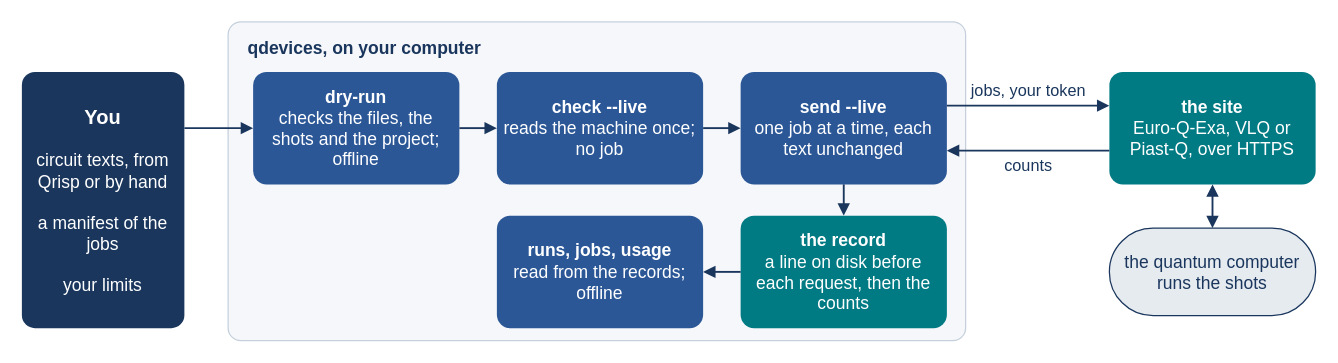
Before: content/figs/app-flow.drawio in ENCCS/eurohpc-qdevices, a draw.io diagram. Source tidied: cells renumbered, new cells numbered last; positions are measured from the earlier drawing's top-left corner, leaving out a move shared by most shapes. Both pictures are drawn from the tidied source at 125%, with x=0, y=0 at pixel (21, 21).
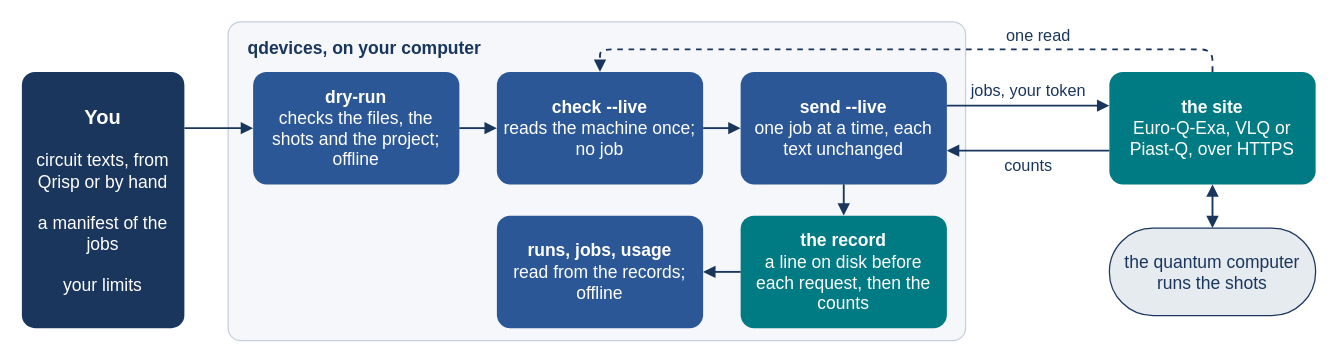
Above is the later version.

Unchanged cells that the change refers to:
```xml
<mxCell id="5" value="&lt;b&gt;check --live&lt;/b&gt;&lt;br&gt;reads the machine once; no job" style="rounded=1;arcSize=12;whiteSpace=wrap;html=1;fillColor=#2b5797;strokeColor=none;fontColor=#ffffff;fontSize=14;fontFamily=Helvetica;spacing=6;" parent="1" vertex="1">
  <mxGeometry x="380" y="40" width="165" height="90" as="geometry" />
</mxCell>
<mxCell id="9" value="&lt;b&gt;the site&lt;/b&gt;&lt;br&gt;Euro-Q-Exa, VLQ or Piast-Q, over HTTPS" style="rounded=1;arcSize=12;whiteSpace=wrap;html=1;fillColor=#007a83;strokeColor=none;fontColor=#ffffff;fontSize=14;fontFamily=Helvetica;spacing=6;" parent="1" vertex="1">
  <mxGeometry x="870" y="40" width="165" height="90" as="geometry" />
</mxCell>
```

Diff of the diagram source:
```diff
@@
+    <mxCell id="19" value="one read" style="edgeStyle=none;dashed=1;endArrow=block;endFill=1;html=1;strokeColor=#1a365d;strokeWidth=1.5;exitX=0.5;exitY=0;entryX=0.5;entryY=0;fontSize=13;fontColor=#1a365d;fontFamily=Helvetica;labelBackgroundColor=none;" parent="1" edge="1" source="9" target="5">
+      <mxGeometry x="-0.4" relative="1" as="geometry">
+        <Array as="points">
+          <mxPoint x="952.5" y="22" />
+          <mxPoint x="462.5" y="22" />
+        </Array>
+        <mxPoint y="-11" as="offset" />
+      </mxGeometry>
+    </mxCell>
```
